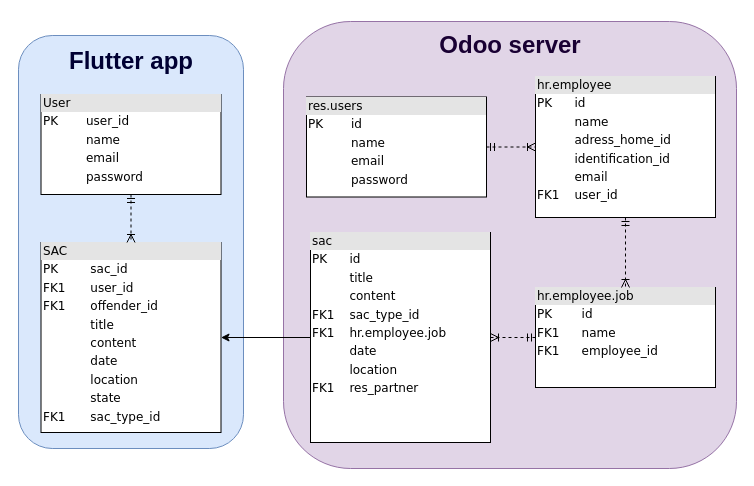
This is Diagrams/odoo_flutter-sac.drawio from 16050/sac_mobile, a draw.io file, before an edit. Source tidied: cells renumbered, new cells numbered last; positions are measured from the earlier drawing's top-left corner, leaving out a move shared by most shapes. Both pictures are drawn from the tidied source at 100%, with x=0, y=0 at pixel (18, 21).
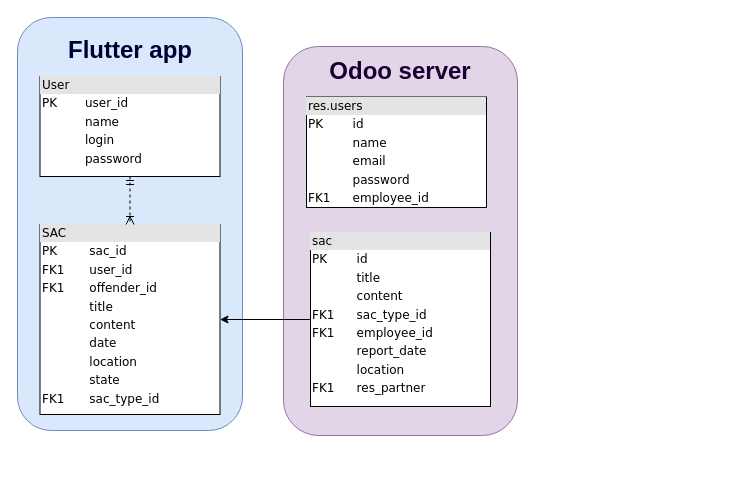
After the change.

Diff of the diagram source:
```diff
@@
 <mxGraphModel background="#ffffff">
   <root>
     <mxCell id="0" />
     <mxCell id="1" parent="0" />
     <mxCell id="2" style="rounded=1;whiteSpace=wrap;html=1;fillColor=#e1d5e7;strokeColor=#9673a6;" parent="1" vertex="1">
-      <mxGeometry x="265" width="453" height="447" as="geometry" />
+      <mxGeometry x="265" y="25" width="234" height="389" as="geometry" />
     </mxCell>
-    <mxCell id="3" value="&lt;div style=&quot;box-sizing: border-box ; width: 100% ; background: #e4e4e4 ; padding: 2px&quot;&gt;hr.employee.job&lt;/div&gt;&lt;table style=&quot;width: 100% ; font-size: 1em&quot; cellspacing=&quot;0&quot; cellpadding=&quot;2&quot;&gt;&lt;tbody&gt;&lt;tr&gt;&lt;td&gt;PK&lt;/td&gt;&lt;td&gt;id&lt;/td&gt;&lt;/tr&gt;&lt;tr&gt;&lt;td&gt;FK1&lt;br&gt;&lt;/td&gt;&lt;td&gt;name&lt;/td&gt;&lt;/tr&gt;&lt;tr&gt;&lt;td&gt;FK1&lt;/td&gt;&lt;td&gt;employee_id&lt;/td&gt;&lt;/tr&gt;&lt;tr&gt;&lt;td&gt;&lt;br&gt;&lt;/td&gt;&lt;td&gt;&lt;br&gt;&lt;/td&gt;&lt;/tr&gt;&lt;tr&gt;&lt;td&gt;&lt;br&gt;&lt;/td&gt;&lt;td&gt;&lt;br&gt;&lt;/td&gt;&lt;/tr&gt;&lt;tr&gt;&lt;td&gt;&lt;br&gt;&lt;/td&gt;&lt;td&gt;&lt;br&gt;&lt;/td&gt;&lt;/tr&gt;&lt;tr&gt;&lt;td&gt;&lt;br&gt;&lt;/td&gt;&lt;td&gt;&lt;br&gt;&lt;/td&gt;&lt;/tr&gt;&lt;tr&gt;&lt;td&gt;&lt;br&gt;&lt;/td&gt;&lt;td&gt;&lt;br&gt;&lt;/td&gt;&lt;/tr&gt;&lt;tr&gt;&lt;td&gt;&lt;br&gt;&lt;/td&gt;&lt;td&gt;&lt;br&gt;&lt;/td&gt;&lt;/tr&gt;&lt;tr&gt;&lt;td&gt;&lt;br&gt;&lt;/td&gt;&lt;td&gt;&lt;br&gt;&lt;/td&gt;&lt;/tr&gt;&lt;tr&gt;&lt;td&gt;&lt;br&gt;&lt;/td&gt;&lt;td&gt;&lt;br&gt;&lt;/td&gt;&lt;/tr&gt;&lt;tr&gt;&lt;td&gt;&lt;br&gt;&lt;/td&gt;&lt;td&gt;&lt;br&gt;&lt;/td&gt;&lt;/tr&gt;&lt;tr&gt;&lt;td&gt;&lt;br&gt;&lt;/td&gt;&lt;td&gt;&lt;br&gt;&lt;/td&gt;&lt;/tr&gt;&lt;tr&gt;&lt;td&gt;&lt;br&gt;&lt;/td&gt;&lt;td&gt;&lt;br&gt;&lt;/td&gt;&lt;/tr&gt;&lt;tr&gt;&lt;td&gt;&lt;br&gt;&lt;/td&gt;&lt;td&gt;&lt;br&gt;&lt;/td&gt;&lt;/tr&gt;&lt;tr&gt;&lt;td&gt;&lt;br&gt;&lt;/td&gt;&lt;td&gt;&lt;br&gt;&lt;/td&gt;&lt;/tr&gt;&lt;tr&gt;&lt;td&gt;&lt;br&gt;&lt;/td&gt;&lt;td&gt;&lt;br&gt;&lt;/td&gt;&lt;/tr&gt;&lt;/tbody&gt;&lt;/table&gt;" style="verticalAlign=top;align=left;overflow=fill;html=1;rounded=0;shadow=0;comic=0;labelBackgroundColor=none;strokeWidth=1;fontFamily=Verdana;fontSize=12;" parent="1" vertex="1">
-      <mxGeometry x="517" y="266" width="180" height="100" as="geometry" />
-    </mxCell>
     <mxCell id="4" style="rounded=1;whiteSpace=wrap;html=1;fillColor=#dae8fc;strokeColor=#6c8ebf;" parent="1" vertex="1">
-      <mxGeometry y="14" width="225" height="413" as="geometry" />
+      <mxGeometry x="-1" y="-4" width="225" height="413" as="geometry" />
     </mxCell>
-    <mxCell id="5" value="&lt;div style=&quot;box-sizing: border-box ; width: 100% ; background: #e4e4e4 ; padding: 2px&quot;&gt;User&lt;/div&gt;&lt;table style=&quot;width: 100% ; font-size: 1em&quot; cellspacing=&quot;0&quot; cellpadding=&quot;2&quot;&gt;&lt;tbody&gt;&lt;tr&gt;&lt;td&gt;PK&lt;/td&gt;&lt;td&gt;user_id&lt;/td&gt;&lt;/tr&gt;&lt;tr&gt;&lt;td&gt;&lt;br&gt;&lt;/td&gt;&lt;td&gt;name&lt;/td&gt;&lt;/tr&gt;&lt;tr&gt;&lt;td&gt;&lt;br&gt;&lt;/td&gt;&lt;td&gt;email&lt;/td&gt;&lt;/tr&gt;&lt;tr&gt;&lt;td&gt;&lt;br&gt;&lt;/td&gt;&lt;td&gt;password&lt;br&gt;&lt;/td&gt;&lt;/tr&gt;&lt;tr&gt;&lt;td&gt;&lt;br&gt;&lt;/td&gt;&lt;td&gt;&lt;br&gt;&lt;/td&gt;&lt;/tr&gt;&lt;tr&gt;&lt;td&gt;&lt;br&gt;&lt;/td&gt;&lt;td&gt;&lt;br&gt;&lt;/td&gt;&lt;/tr&gt;&lt;/tbody&gt;&lt;/table&gt;" style="verticalAlign=top;align=left;overflow=fill;html=1;rounded=0;shadow=0;comic=0;labelBackgroundColor=none;strokeWidth=1;fontFamily=Verdana;fontSize=12;" parent="1" vertex="1">
-      <mxGeometry x="22.5" y="73" width="180" height="100" as="geometry" />
+    <mxCell id="5" value="&lt;div style=&quot;box-sizing: border-box ; width: 100% ; background: #e4e4e4 ; padding: 2px&quot;&gt;User&lt;/div&gt;&lt;table style=&quot;width: 100% ; font-size: 1em&quot; cellspacing=&quot;0&quot; cellpadding=&quot;2&quot;&gt;&lt;tbody&gt;&lt;tr&gt;&lt;td&gt;PK&lt;/td&gt;&lt;td&gt;user_id&lt;/td&gt;&lt;/tr&gt;&lt;tr&gt;&lt;td&gt;&lt;br&gt;&lt;/td&gt;&lt;td&gt;name&lt;/td&gt;&lt;/tr&gt;&lt;tr&gt;&lt;td&gt;&lt;br&gt;&lt;/td&gt;&lt;td&gt;login&lt;/td&gt;&lt;/tr&gt;&lt;tr&gt;&lt;td&gt;&lt;br&gt;&lt;/td&gt;&lt;td&gt;password&lt;br&gt;&lt;/td&gt;&lt;/tr&gt;&lt;tr&gt;&lt;td&gt;&lt;br&gt;&lt;/td&gt;&lt;td&gt;&lt;br&gt;&lt;/td&gt;&lt;/tr&gt;&lt;tr&gt;&lt;td&gt;&lt;br&gt;&lt;/td&gt;&lt;td&gt;&lt;br&gt;&lt;/td&gt;&lt;/tr&gt;&lt;/tbody&gt;&lt;/table&gt;" style="verticalAlign=top;align=left;overflow=fill;html=1;rounded=0;shadow=0;comic=0;labelBackgroundColor=none;strokeWidth=1;fontFamily=Verdana;fontSize=12;" parent="1" vertex="1">
+      <mxGeometry x="21.5" y="55" width="180" height="100" as="geometry" />
     </mxCell>
     <mxCell id="6" value="&lt;font color=&quot;#190033&quot;&gt;&lt;b&gt;&lt;font style=&quot;font-size: 24px&quot;&gt;Odoo server&lt;/font&gt;&lt;/b&gt;&lt;/font&gt;" style="text;html=1;strokeColor=none;fillColor=none;align=center;verticalAlign=middle;whiteSpace=wrap;rounded=0;" parent="1" vertex="1">
-      <mxGeometry x="414.8" y="14" width="153.5" height="20" as="geometry" />
+      <mxGeometry x="305.2" y="40" width="153.5" height="20" as="geometry" />
     </mxCell>
     <mxCell id="7" value="&lt;font color=&quot;#000033&quot;&gt;&lt;b&gt;&lt;font style=&quot;font-size: 24px&quot;&gt;Flutter app&lt;/font&gt;&lt;/b&gt;&lt;/font&gt;" style="text;html=1;strokeColor=none;fillColor=none;align=center;verticalAlign=middle;whiteSpace=wrap;rounded=0;" parent="1" vertex="1">
-      <mxGeometry x="47.5" y="30" width="130" height="20" as="geometry" />
+      <mxGeometry x="46.5" y="19" width="130" height="20" as="geometry" />
     </mxCell>
     <mxCell id="8" value="&lt;div style=&quot;box-sizing: border-box ; width: 100% ; background: #e4e4e4 ; padding: 2px&quot;&gt;SAC&lt;/div&gt;&lt;table style=&quot;width: 100% ; font-size: 1em&quot; cellspacing=&quot;0&quot; cellpadding=&quot;2&quot;&gt;&lt;tbody&gt;&lt;tr&gt;&lt;td&gt;PK&lt;/td&gt;&lt;td&gt;sac_id&lt;/td&gt;&lt;/tr&gt;&lt;tr&gt;&lt;td&gt;FK1&lt;/td&gt;&lt;td&gt;user_id&lt;/td&gt;&lt;/tr&gt;&lt;tr&gt;&lt;td&gt;FK1&lt;/td&gt;&lt;td&gt;offender_id&lt;/td&gt;&lt;/tr&gt;&lt;tr&gt;&lt;td&gt;&lt;br&gt;&lt;/td&gt;&lt;td&gt;title&lt;br&gt;&lt;/td&gt;&lt;/tr&gt;&lt;tr&gt;&lt;td&gt;&lt;br&gt;&lt;/td&gt;&lt;td&gt;content&lt;br&gt;&lt;/td&gt;&lt;/tr&gt;&lt;tr&gt;&lt;td&gt;&lt;br&gt;&lt;/td&gt;&lt;td&gt;date&lt;br&gt;&lt;/td&gt;&lt;/tr&gt;&lt;tr&gt;&lt;td&gt;&lt;br&gt;&lt;/td&gt;&lt;td&gt;location&lt;br&gt;&lt;/td&gt;&lt;/tr&gt;&lt;tr&gt;&lt;td&gt;&lt;br&gt;&lt;/td&gt;&lt;td&gt;state&lt;br&gt;&lt;/td&gt;&lt;/tr&gt;&lt;tr&gt;&lt;td&gt;FK1&lt;br&gt;&lt;/td&gt;&lt;td&gt;sac_type_id&lt;br&gt;&lt;/td&gt;&lt;/tr&gt;&lt;tr&gt;&lt;td&gt;&lt;br&gt;&lt;/td&gt;&lt;td&gt;&lt;br&gt;&lt;/td&gt;&lt;/tr&gt;&lt;tr&gt;&lt;td&gt;&lt;br&gt;&lt;/td&gt;&lt;td&gt;&lt;br&gt;&lt;/td&gt;&lt;/tr&gt;&lt;tr&gt;&lt;td&gt;&lt;br&gt;&lt;/td&gt;&lt;td&gt;&lt;br&gt;&lt;/td&gt;&lt;/tr&gt;&lt;tr&gt;&lt;td&gt;&lt;br&gt;&lt;/td&gt;&lt;td&gt;&lt;br&gt;&lt;/td&gt;&lt;/tr&gt;&lt;tr&gt;&lt;td&gt;&lt;br&gt;&lt;/td&gt;&lt;td&gt;&lt;br&gt;&lt;/td&gt;&lt;/tr&gt;&lt;tr&gt;&lt;td&gt;&lt;br&gt;&lt;/td&gt;&lt;td&gt;&lt;br&gt;&lt;/td&gt;&lt;/tr&gt;&lt;tr&gt;&lt;td&gt;&lt;br&gt;&lt;/td&gt;&lt;td&gt;&lt;br&gt;&lt;/td&gt;&lt;/tr&gt;&lt;tr&gt;&lt;td&gt;&lt;br&gt;&lt;/td&gt;&lt;td&gt;&lt;br&gt;&lt;/td&gt;&lt;/tr&gt;&lt;/tbody&gt;&lt;/table&gt;" style="verticalAlign=top;align=left;overflow=fill;html=1;rounded=0;shadow=0;comic=0;labelBackgroundColor=none;strokeWidth=1;fontFamily=Verdana;fontSize=12;" parent="1" vertex="1">
-      <mxGeometry x="22.5" y="221" width="180" height="190" as="geometry" />
+      <mxGeometry x="21.5" y="203" width="180" height="190" as="geometry" />
     </mxCell>
     <mxCell id="9" style="edgeStyle=orthogonalEdgeStyle;rounded=0;jettySize=auto;html=1;" parent="1" edge="1" source="10" target="8">
       <mxGeometry relative="1" as="geometry" />
     </mxCell>
-    <mxCell id="10" value="&lt;div style=&quot;box-sizing: border-box ; width: 100% ; background: #e4e4e4 ; padding: 2px&quot;&gt;sac&lt;/div&gt;&lt;table style=&quot;width: 100% ; font-size: 1em&quot; cellspacing=&quot;0&quot; cellpadding=&quot;2&quot;&gt;&lt;tbody&gt;&lt;tr&gt;&lt;td&gt;PK&lt;/td&gt;&lt;td&gt;id&lt;/td&gt;&lt;/tr&gt;&lt;tr&gt;&lt;td&gt;&lt;br&gt;&lt;/td&gt;&lt;td&gt;title&lt;/td&gt;&lt;/tr&gt;&lt;tr&gt;&lt;td&gt;&lt;br&gt;&lt;/td&gt;&lt;td&gt;content&lt;br&gt;&lt;/td&gt;&lt;/tr&gt;&lt;tr&gt;&lt;td&gt;FK1&lt;br&gt;&lt;/td&gt;&lt;td&gt;sac_type_id&lt;br&gt;&lt;/td&gt;&lt;/tr&gt;&lt;tr&gt;&lt;td&gt;FK1&lt;/td&gt;&lt;td&gt;hr.employee.job&lt;br&gt;&lt;/td&gt;&lt;/tr&gt;&lt;tr&gt;&lt;td&gt;&lt;br&gt;&lt;/td&gt;&lt;td&gt;date&lt;br&gt;&lt;/td&gt;&lt;/tr&gt;&lt;tr&gt;&lt;td&gt;&lt;br&gt;&lt;/td&gt;&lt;td&gt;location&lt;br&gt;&lt;/td&gt;&lt;/tr&gt;&lt;tr&gt;&lt;td&gt;FK1&lt;br&gt;&lt;/td&gt;&lt;td&gt;res_partner&lt;br&gt;&lt;/td&gt;&lt;/tr&gt;&lt;tr&gt;&lt;td&gt;&lt;br&gt;&lt;/td&gt;&lt;td&gt;&lt;br&gt;&lt;/td&gt;&lt;/tr&gt;&lt;tr&gt;&lt;td&gt;&lt;br&gt;&lt;/td&gt;&lt;td&gt;&lt;br&gt;&lt;/td&gt;&lt;/tr&gt;&lt;tr&gt;&lt;td&gt;&lt;br&gt;&lt;/td&gt;&lt;td&gt;&lt;br&gt;&lt;/td&gt;&lt;/tr&gt;&lt;tr&gt;&lt;td&gt;&lt;br&gt;&lt;/td&gt;&lt;td&gt;&lt;br&gt;&lt;/td&gt;&lt;/tr&gt;&lt;tr&gt;&lt;td&gt;&lt;br&gt;&lt;/td&gt;&lt;td&gt;&lt;br&gt;&lt;/td&gt;&lt;/tr&gt;&lt;tr&gt;&lt;td&gt;&lt;br&gt;&lt;/td&gt;&lt;td&gt;&lt;br&gt;&lt;/td&gt;&lt;/tr&gt;&lt;tr&gt;&lt;td&gt;&lt;br&gt;&lt;/td&gt;&lt;td&gt;&lt;br&gt;&lt;/td&gt;&lt;/tr&gt;&lt;tr&gt;&lt;td&gt;&lt;br&gt;&lt;/td&gt;&lt;td&gt;&lt;br&gt;&lt;/td&gt;&lt;/tr&gt;&lt;tr&gt;&lt;td&gt;&lt;br&gt;&lt;/td&gt;&lt;td&gt;&lt;br&gt;&lt;/td&gt;&lt;/tr&gt;&lt;/tbody&gt;&lt;/table&gt;" style="verticalAlign=top;align=left;overflow=fill;html=1;rounded=0;shadow=0;comic=0;labelBackgroundColor=none;strokeWidth=1;fontFamily=Verdana;fontSize=12;" parent="1" vertex="1">
-      <mxGeometry x="292" y="211" width="180" height="210" as="geometry" />
+    <mxCell id="10" value="&lt;div style=&quot;box-sizing: border-box ; width: 100% ; background: #e4e4e4 ; padding: 2px&quot;&gt;sac&lt;/div&gt;&lt;table style=&quot;width: 100% ; font-size: 1em&quot; cellspacing=&quot;0&quot; cellpadding=&quot;2&quot;&gt;&lt;tbody&gt;&lt;tr&gt;&lt;td&gt;PK&lt;/td&gt;&lt;td&gt;id&lt;/td&gt;&lt;/tr&gt;&lt;tr&gt;&lt;td&gt;&lt;br&gt;&lt;/td&gt;&lt;td&gt;title&lt;/td&gt;&lt;/tr&gt;&lt;tr&gt;&lt;td&gt;&lt;br&gt;&lt;/td&gt;&lt;td&gt;content&lt;br&gt;&lt;/td&gt;&lt;/tr&gt;&lt;tr&gt;&lt;td&gt;FK1&lt;br&gt;&lt;/td&gt;&lt;td&gt;sac_type_id&lt;br&gt;&lt;/td&gt;&lt;/tr&gt;&lt;tr&gt;&lt;td&gt;FK1&lt;/td&gt;&lt;td&gt;employee_id&lt;br&gt;&lt;/td&gt;&lt;/tr&gt;&lt;tr&gt;&lt;td&gt;&lt;br&gt;&lt;/td&gt;&lt;td&gt;report_date&lt;br&gt;&lt;/td&gt;&lt;/tr&gt;&lt;tr&gt;&lt;td&gt;&lt;br&gt;&lt;/td&gt;&lt;td&gt;location&lt;br&gt;&lt;/td&gt;&lt;/tr&gt;&lt;tr&gt;&lt;td&gt;FK1&lt;br&gt;&lt;/td&gt;&lt;td&gt;res_partner&lt;br&gt;&lt;/td&gt;&lt;/tr&gt;&lt;tr&gt;&lt;td&gt;&lt;br&gt;&lt;/td&gt;&lt;td&gt;&lt;br&gt;&lt;/td&gt;&lt;/tr&gt;&lt;tr&gt;&lt;td&gt;&lt;br&gt;&lt;/td&gt;&lt;td&gt;&lt;br&gt;&lt;/td&gt;&lt;/tr&gt;&lt;tr&gt;&lt;td&gt;&lt;br&gt;&lt;/td&gt;&lt;td&gt;&lt;br&gt;&lt;/td&gt;&lt;/tr&gt;&lt;tr&gt;&lt;td&gt;&lt;br&gt;&lt;/td&gt;&lt;td&gt;&lt;br&gt;&lt;/td&gt;&lt;/tr&gt;&lt;tr&gt;&lt;td&gt;&lt;br&gt;&lt;/td&gt;&lt;td&gt;&lt;br&gt;&lt;/td&gt;&lt;/tr&gt;&lt;tr&gt;&lt;td&gt;&lt;br&gt;&lt;/td&gt;&lt;td&gt;&lt;br&gt;&lt;/td&gt;&lt;/tr&gt;&lt;tr&gt;&lt;td&gt;&lt;br&gt;&lt;/td&gt;&lt;td&gt;&lt;br&gt;&lt;/td&gt;&lt;/tr&gt;&lt;tr&gt;&lt;td&gt;&lt;br&gt;&lt;/td&gt;&lt;td&gt;&lt;br&gt;&lt;/td&gt;&lt;/tr&gt;&lt;tr&gt;&lt;td&gt;&lt;br&gt;&lt;/td&gt;&lt;td&gt;&lt;br&gt;&lt;/td&gt;&lt;/tr&gt;&lt;/tbody&gt;&lt;/table&gt;" style="verticalAlign=top;align=left;overflow=fill;html=1;rounded=0;shadow=0;comic=0;labelBackgroundColor=none;strokeWidth=1;fontFamily=Verdana;fontSize=12;" parent="1" vertex="1">
+      <mxGeometry x="292" y="211" width="180" height="174" as="geometry" />
     </mxCell>
-    <mxCell id="11" value="&lt;div style=&quot;box-sizing: border-box ; width: 100% ; background: #e4e4e4 ; padding: 2px&quot;&gt;res.users&lt;/div&gt;&lt;table style=&quot;width: 100% ; font-size: 1em&quot; cellspacing=&quot;0&quot; cellpadding=&quot;2&quot;&gt;&lt;tbody&gt;&lt;tr&gt;&lt;td&gt;PK&lt;/td&gt;&lt;td&gt;id&lt;/td&gt;&lt;/tr&gt;&lt;tr&gt;&lt;td&gt;&lt;br&gt;&lt;/td&gt;&lt;td&gt;name&lt;/td&gt;&lt;/tr&gt;&lt;tr&gt;&lt;td&gt;&lt;br&gt;&lt;/td&gt;&lt;td&gt;email&lt;/td&gt;&lt;/tr&gt;&lt;tr&gt;&lt;td&gt;&lt;br&gt;&lt;/td&gt;&lt;td&gt;password&lt;br&gt;&lt;/td&gt;&lt;/tr&gt;&lt;tr&gt;&lt;td&gt;&lt;br&gt;&lt;/td&gt;&lt;td&gt;&lt;br&gt;&lt;/td&gt;&lt;/tr&gt;&lt;tr&gt;&lt;td&gt;&lt;br&gt;&lt;/td&gt;&lt;td&gt;&lt;br&gt;&lt;/td&gt;&lt;/tr&gt;&lt;tr&gt;&lt;td&gt;&lt;br&gt;&lt;/td&gt;&lt;td&gt;&lt;br&gt;&lt;/td&gt;&lt;/tr&gt;&lt;tr&gt;&lt;td&gt;&lt;br&gt;&lt;/td&gt;&lt;td&gt;&lt;br&gt;&lt;/td&gt;&lt;/tr&gt;&lt;tr&gt;&lt;td&gt;&lt;br&gt;&lt;/td&gt;&lt;td&gt;&lt;br&gt;&lt;/td&gt;&lt;/tr&gt;&lt;tr&gt;&lt;td&gt;&lt;br&gt;&lt;/td&gt;&lt;td&gt;&lt;br&gt;&lt;/td&gt;&lt;/tr&gt;&lt;tr&gt;&lt;td&gt;&lt;br&gt;&lt;/td&gt;&lt;td&gt;&lt;br&gt;&lt;/td&gt;&lt;/tr&gt;&lt;tr&gt;&lt;td&gt;&lt;br&gt;&lt;/td&gt;&lt;td&gt;&lt;br&gt;&lt;/td&gt;&lt;/tr&gt;&lt;tr&gt;&lt;td&gt;&lt;br&gt;&lt;/td&gt;&lt;td&gt;&lt;br&gt;&lt;/td&gt;&lt;/tr&gt;&lt;tr&gt;&lt;td&gt;&lt;br&gt;&lt;/td&gt;&lt;td&gt;&lt;br&gt;&lt;/td&gt;&lt;/tr&gt;&lt;tr&gt;&lt;td&gt;&lt;br&gt;&lt;/td&gt;&lt;td&gt;&lt;br&gt;&lt;/td&gt;&lt;/tr&gt;&lt;tr&gt;&lt;td&gt;&lt;br&gt;&lt;/td&gt;&lt;td&gt;&lt;br&gt;&lt;/td&gt;&lt;/tr&gt;&lt;tr&gt;&lt;td&gt;&lt;br&gt;&lt;/td&gt;&lt;td&gt;&lt;br&gt;&lt;/td&gt;&lt;/tr&gt;&lt;/tbody&gt;&lt;/table&gt;" style="verticalAlign=top;align=left;overflow=fill;html=1;rounded=0;shadow=0;comic=0;labelBackgroundColor=none;strokeWidth=1;fontFamily=Verdana;fontSize=12;" parent="1" vertex="1">
-      <mxGeometry x="288" y="75.5" width="180" height="100" as="geometry" />
+    <mxCell id="11" value="&lt;div style=&quot;box-sizing: border-box ; width: 100% ; background: #e4e4e4 ; padding: 2px&quot;&gt;res.users&lt;/div&gt;&lt;table style=&quot;width: 100% ; font-size: 1em&quot; cellspacing=&quot;0&quot; cellpadding=&quot;2&quot;&gt;&lt;tbody&gt;&lt;tr&gt;&lt;td&gt;PK&lt;/td&gt;&lt;td&gt;id&lt;/td&gt;&lt;/tr&gt;&lt;tr&gt;&lt;td&gt;&lt;br&gt;&lt;/td&gt;&lt;td&gt;name&lt;/td&gt;&lt;/tr&gt;&lt;tr&gt;&lt;td&gt;&lt;br&gt;&lt;/td&gt;&lt;td&gt;email&lt;/td&gt;&lt;/tr&gt;&lt;tr&gt;&lt;td&gt;&lt;br&gt;&lt;/td&gt;&lt;td&gt;password&lt;br&gt;&lt;/td&gt;&lt;/tr&gt;&lt;tr&gt;&lt;td&gt;FK1&lt;br&gt;&lt;/td&gt;&lt;td&gt;employee_id&lt;br&gt;&lt;/td&gt;&lt;/tr&gt;&lt;tr&gt;&lt;td&gt;&lt;br&gt;&lt;/td&gt;&lt;td&gt;&lt;br&gt;&lt;/td&gt;&lt;/tr&gt;&lt;tr&gt;&lt;td&gt;&lt;br&gt;&lt;/td&gt;&lt;td&gt;&lt;br&gt;&lt;/td&gt;&lt;/tr&gt;&lt;tr&gt;&lt;td&gt;&lt;br&gt;&lt;/td&gt;&lt;td&gt;&lt;br&gt;&lt;/td&gt;&lt;/tr&gt;&lt;tr&gt;&lt;td&gt;&lt;br&gt;&lt;/td&gt;&lt;td&gt;&lt;br&gt;&lt;/td&gt;&lt;/tr&gt;&lt;tr&gt;&lt;td&gt;&lt;br&gt;&lt;/td&gt;&lt;td&gt;&lt;br&gt;&lt;/td&gt;&lt;/tr&gt;&lt;tr&gt;&lt;td&gt;&lt;br&gt;&lt;/td&gt;&lt;td&gt;&lt;br&gt;&lt;/td&gt;&lt;/tr&gt;&lt;tr&gt;&lt;td&gt;&lt;br&gt;&lt;/td&gt;&lt;td&gt;&lt;br&gt;&lt;/td&gt;&lt;/tr&gt;&lt;tr&gt;&lt;td&gt;&lt;br&gt;&lt;/td&gt;&lt;td&gt;&lt;br&gt;&lt;/td&gt;&lt;/tr&gt;&lt;tr&gt;&lt;td&gt;&lt;br&gt;&lt;/td&gt;&lt;td&gt;&lt;br&gt;&lt;/td&gt;&lt;/tr&gt;&lt;tr&gt;&lt;td&gt;&lt;br&gt;&lt;/td&gt;&lt;td&gt;&lt;br&gt;&lt;/td&gt;&lt;/tr&gt;&lt;tr&gt;&lt;td&gt;&lt;br&gt;&lt;/td&gt;&lt;td&gt;&lt;br&gt;&lt;/td&gt;&lt;/tr&gt;&lt;tr&gt;&lt;td&gt;&lt;br&gt;&lt;/td&gt;&lt;td&gt;&lt;br&gt;&lt;/td&gt;&lt;/tr&gt;&lt;/tbody&gt;&lt;/table&gt;" style="verticalAlign=top;align=left;overflow=fill;html=1;rounded=0;shadow=0;comic=0;labelBackgroundColor=none;strokeWidth=1;fontFamily=Verdana;fontSize=12;" parent="1" vertex="1">
+      <mxGeometry x="288" y="75.5" width="180" height="110.5" as="geometry" />
     </mxCell>
-    <mxCell id="12" value="&lt;div style=&quot;box-sizing: border-box ; width: 100% ; background: #e4e4e4 ; padding: 2px&quot;&gt;hr.employee&lt;/div&gt;&lt;table style=&quot;width: 100% ; font-size: 1em&quot; cellspacing=&quot;0&quot; cellpadding=&quot;2&quot;&gt;&lt;tbody&gt;&lt;tr&gt;&lt;td&gt;PK&lt;/td&gt;&lt;td&gt;id&lt;/td&gt;&lt;/tr&gt;&lt;tr&gt;&lt;td&gt;&lt;br&gt;&lt;/td&gt;&lt;td&gt;name&lt;/td&gt;&lt;/tr&gt;&lt;tr&gt;&lt;td&gt;&lt;br&gt;&lt;/td&gt;&lt;td&gt;adress_home_id&lt;/td&gt;&lt;/tr&gt;&lt;tr&gt;&lt;td&gt;&lt;br&gt;&lt;/td&gt;&lt;td&gt;identification_id&lt;br&gt;&lt;/td&gt;&lt;/tr&gt;&lt;tr&gt;&lt;td&gt;&lt;br&gt;&lt;/td&gt;&lt;td&gt;email&lt;br&gt;&lt;/td&gt;&lt;/tr&gt;&lt;tr&gt;&lt;td&gt;FK1&lt;br&gt;&lt;/td&gt;&lt;td&gt;user_id&lt;br&gt;&lt;/td&gt;&lt;/tr&gt;&lt;tr&gt;&lt;td&gt;&lt;br&gt;&lt;/td&gt;&lt;td&gt;&lt;br&gt;&lt;/td&gt;&lt;/tr&gt;&lt;tr&gt;&lt;td&gt;&lt;br&gt;&lt;/td&gt;&lt;td&gt;&lt;br&gt;&lt;/td&gt;&lt;/tr&gt;&lt;tr&gt;&lt;td&gt;&lt;br&gt;&lt;/td&gt;&lt;td&gt;&lt;br&gt;&lt;/td&gt;&lt;/tr&gt;&lt;tr&gt;&lt;td&gt;&lt;br&gt;&lt;/td&gt;&lt;td&gt;&lt;br&gt;&lt;/td&gt;&lt;/tr&gt;&lt;tr&gt;&lt;td&gt;&lt;br&gt;&lt;/td&gt;&lt;td&gt;&lt;br&gt;&lt;/td&gt;&lt;/tr&gt;&lt;tr&gt;&lt;td&gt;&lt;br&gt;&lt;/td&gt;&lt;td&gt;&lt;br&gt;&lt;/td&gt;&lt;/tr&gt;&lt;tr&gt;&lt;td&gt;&lt;br&gt;&lt;/td&gt;&lt;td&gt;&lt;br&gt;&lt;/td&gt;&lt;/tr&gt;&lt;tr&gt;&lt;td&gt;&lt;br&gt;&lt;/td&gt;&lt;td&gt;&lt;br&gt;&lt;/td&gt;&lt;/tr&gt;&lt;tr&gt;&lt;td&gt;&lt;br&gt;&lt;/td&gt;&lt;td&gt;&lt;br&gt;&lt;/td&gt;&lt;/tr&gt;&lt;tr&gt;&lt;td&gt;&lt;br&gt;&lt;/td&gt;&lt;td&gt;&lt;br&gt;&lt;/td&gt;&lt;/tr&gt;&lt;tr&gt;&lt;td&gt;&lt;br&gt;&lt;/td&gt;&lt;td&gt;&lt;br&gt;&lt;/td&gt;&lt;/tr&gt;&lt;/tbody&gt;&lt;/table&gt;&lt;table style=&quot;width: 100% ; font-size: 1em&quot; cellspacing=&quot;0&quot; cellpadding=&quot;2&quot;&gt;&lt;tbody&gt;&lt;tr&gt;&lt;td&gt;&lt;br&gt;&lt;/td&gt;&lt;td&gt;&lt;br&gt;&lt;/td&gt;&lt;/tr&gt;&lt;tr&gt;&lt;td&gt;&lt;br&gt;&lt;/td&gt;&lt;td&gt;&lt;br&gt;&lt;/td&gt;&lt;/tr&gt;&lt;tr&gt;&lt;td&gt;&lt;br&gt;&lt;/td&gt;&lt;td&gt;&lt;br&gt;&lt;/td&gt;&lt;/tr&gt;&lt;tr&gt;&lt;td&gt;&lt;br&gt;&lt;/td&gt;&lt;td&gt;&lt;br&gt;&lt;/td&gt;&lt;/tr&gt;&lt;tr&gt;&lt;td&gt;&lt;br&gt;&lt;/td&gt;&lt;td&gt;&lt;br&gt;&lt;/td&gt;&lt;/tr&gt;&lt;tr&gt;&lt;td&gt;&lt;br&gt;&lt;/td&gt;&lt;td&gt;&lt;br&gt;&lt;/td&gt;&lt;/tr&gt;&lt;tr&gt;&lt;td&gt;&lt;br&gt;&lt;/td&gt;&lt;td&gt;&lt;br&gt;&lt;/td&gt;&lt;/tr&gt;&lt;tr&gt;&lt;td&gt;&lt;br&gt;&lt;/td&gt;&lt;td&gt;&lt;br&gt;&lt;/td&gt;&lt;/tr&gt;&lt;tr&gt;&lt;td&gt;&lt;br&gt;&lt;/td&gt;&lt;td&gt;&lt;br&gt;&lt;/td&gt;&lt;/tr&gt;&lt;tr&gt;&lt;td&gt;&lt;br&gt;&lt;/td&gt;&lt;td&gt;&lt;br&gt;&lt;/td&gt;&lt;/tr&gt;&lt;tr&gt;&lt;td&gt;&lt;br&gt;&lt;/td&gt;&lt;td&gt;&lt;br&gt;&lt;/td&gt;&lt;/tr&gt;&lt;tr&gt;&lt;td&gt;&lt;br&gt;&lt;/td&gt;&lt;td&gt;&lt;br&gt;&lt;/td&gt;&lt;/tr&gt;&lt;tr&gt;&lt;td&gt;&lt;br&gt;&lt;/td&gt;&lt;td&gt;&lt;br&gt;&lt;/td&gt;&lt;/tr&gt;&lt;tr&gt;&lt;td&gt;&lt;br&gt;&lt;/td&gt;&lt;td&gt;&lt;br&gt;&lt;/td&gt;&lt;/tr&gt;&lt;tr&gt;&lt;td&gt;&lt;br&gt;&lt;/td&gt;&lt;td&gt;&lt;br&gt;&lt;/td&gt;&lt;/tr&gt;&lt;tr&gt;&lt;td&gt;&lt;br&gt;&lt;/td&gt;&lt;td&gt;&lt;br&gt;&lt;/td&gt;&lt;/tr&gt;&lt;tr&gt;&lt;td&gt;&lt;br&gt;&lt;/td&gt;&lt;td&gt;&lt;br&gt;&lt;/td&gt;&lt;/tr&gt;&lt;/tbody&gt;&lt;/table&gt;" style="verticalAlign=top;align=left;overflow=fill;html=1;rounded=0;shadow=0;comic=0;labelBackgroundColor=none;strokeWidth=1;fontFamily=Verdana;fontSize=12;" parent="1" vertex="1">
-      <mxGeometry x="517" y="55" width="180" height="141" as="geometry" />
-    </mxCell>
-    <mxCell id="13" style="edgeStyle=orthogonalEdgeStyle;html=1;dashed=1;labelBackgroundColor=none;startArrow=ERmandOne;endArrow=ERoneToMany;fontFamily=Verdana;fontSize=12;align=left;entryX=0;entryY=0.5;entryDx=0;entryDy=0;exitX=1;exitY=0.5;exitDx=0;exitDy=0;" parent="1" edge="1" source="11" target="12">
-      <mxGeometry relative="1" as="geometry" />
-    </mxCell>
-    <mxCell id="14" style="edgeStyle=orthogonalEdgeStyle;html=1;dashed=1;labelBackgroundColor=none;startArrow=ERmandOne;endArrow=ERoneToMany;fontFamily=Verdana;fontSize=12;align=left;entryX=0.5;entryY=0;entryDx=0;entryDy=0;exitX=0.5;exitY=1;exitDx=0;exitDy=0;" parent="1" edge="1" source="12" target="3">
-      <mxGeometry relative="1" as="geometry" />
-    </mxCell>
-    <mxCell id="15" style="edgeStyle=orthogonalEdgeStyle;html=1;dashed=1;labelBackgroundColor=none;startArrow=ERmandOne;endArrow=ERoneToMany;fontFamily=Verdana;fontSize=12;align=left;entryX=1;entryY=0.5;entryDx=0;entryDy=0;" parent="1" edge="1" source="3" target="10">
-      <mxGeometry relative="1" as="geometry" />
-    </mxCell>
     <mxCell id="16" style="edgeStyle=orthogonalEdgeStyle;html=1;dashed=1;labelBackgroundColor=none;startArrow=ERmandOne;endArrow=ERoneToMany;fontFamily=Verdana;fontSize=12;align=left;entryX=0.5;entryY=0;entryDx=0;entryDy=0;exitX=0.5;exitY=1;exitDx=0;exitDy=0;" parent="1" edge="1" source="5" target="8">
       <mxGeometry relative="1" as="geometry" />
     </mxCell>
   </root>
 </mxGraphModel>
```
